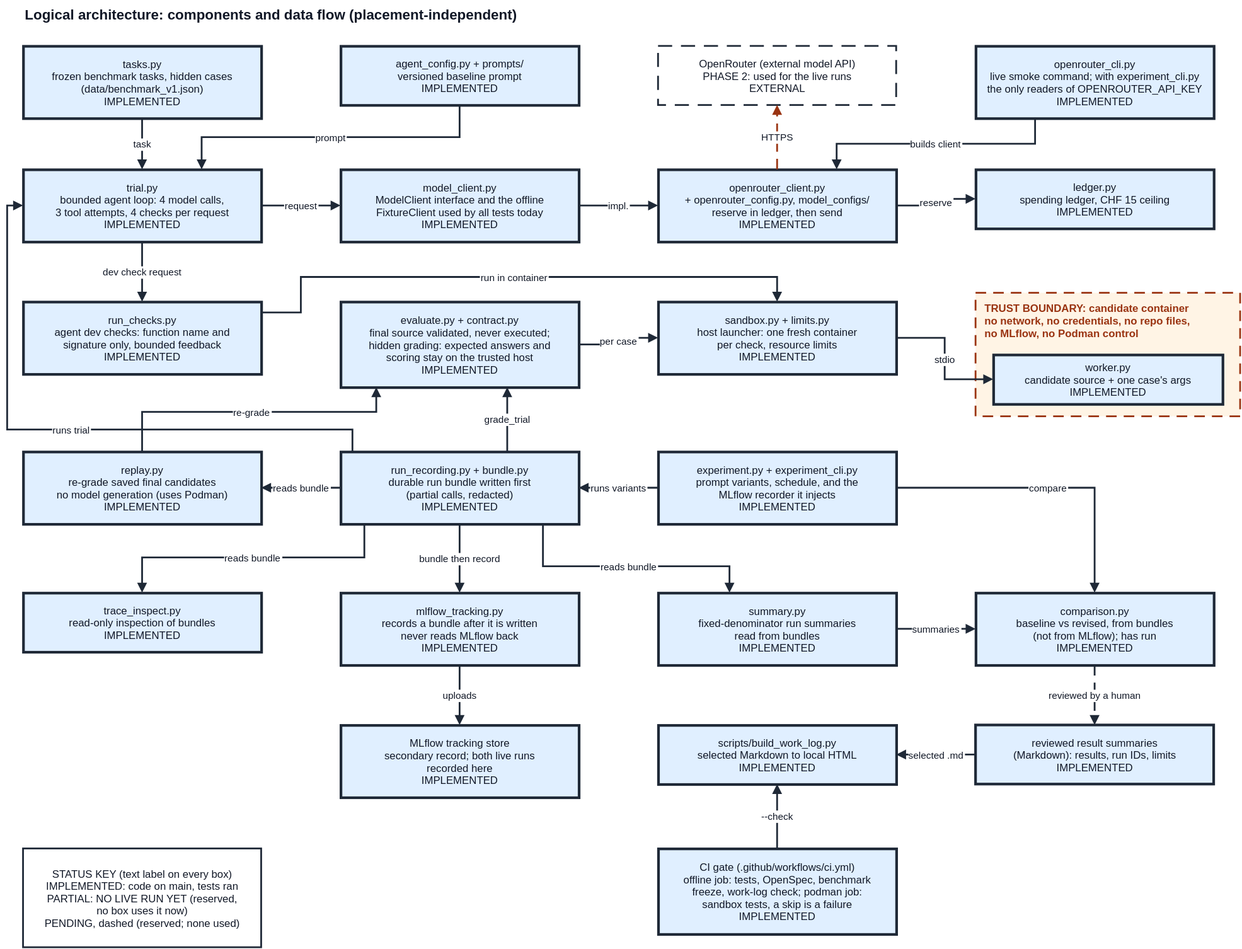
Earlier version of the draw.io export docs/architecture_logical.drawio.svg (jolbax-training/cas_aml_mlops_project). Source tidied: cells renumbered, new cells last; positions are measured from the earlier drawing's top-left corner, leaving out a move shared by most shapes.
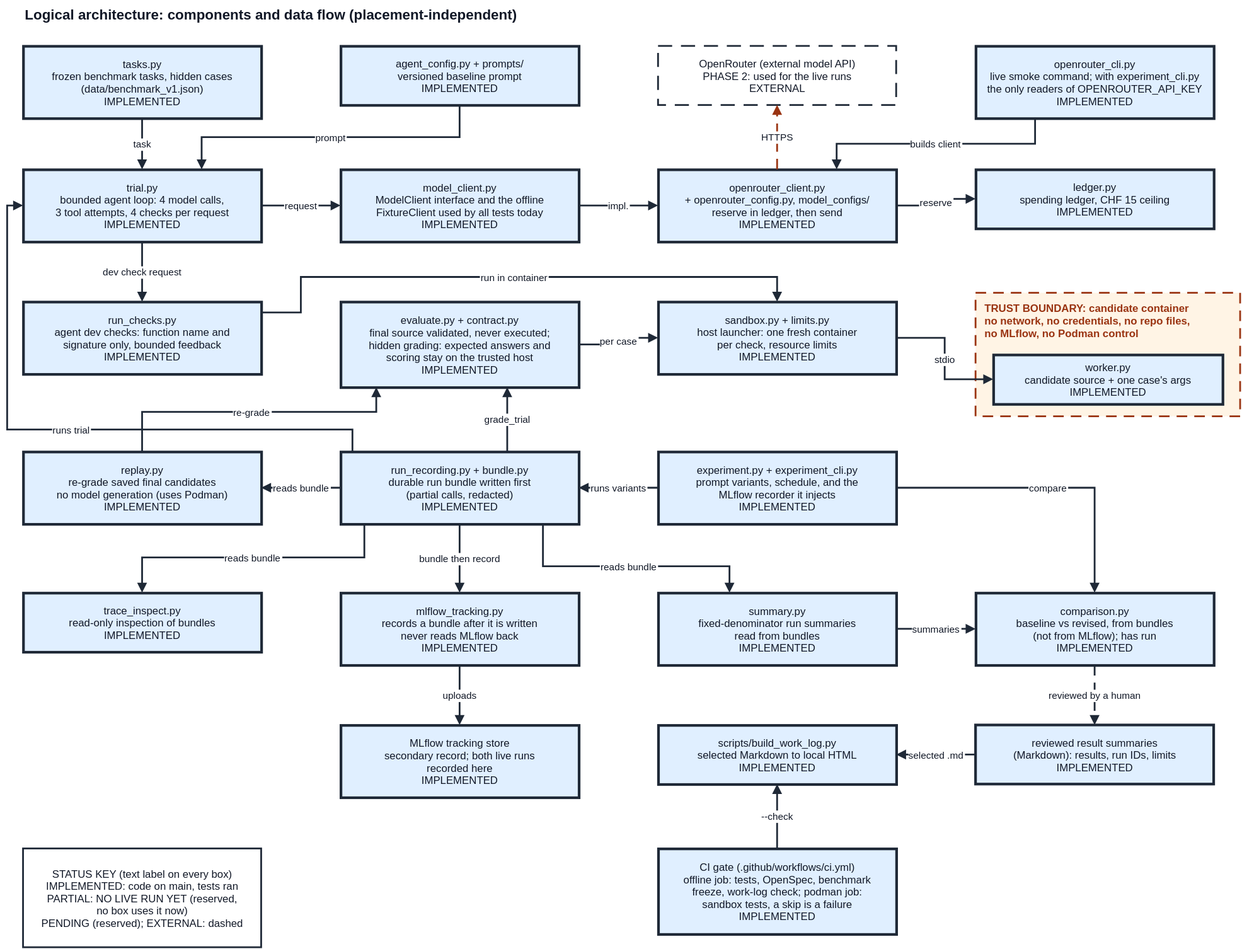
After the commit.

Commit message:
Fix code review findings: exact-fragment stale allowlist with regression tests, README and heading status, as-of commit, key and legend wording

What changed in the source:
```diff
@@ -74,7 +74,7 @@
     <mxCell id="25" value="reviewed result summaries&#10;(Markdown): results, run IDs, limits&#10;IMPLEMENTED" style="rounded=0;html=0;fillColor=#E0EFFF;strokeColor=#1F2937;strokeWidth=3;fontSize=12;fontColor=#111827;fontFamily=Helvetica;" parent="1" vertex="1">
       <mxGeometry x="1098" y="822" width="270" height="67" as="geometry" />
     </mxCell>
-    <mxCell id="26" value="STATUS KEY (text label on every box)&#10;IMPLEMENTED: code on main, tests ran&#10;PARTIAL: NO LIVE RUN YET (reserved,&#10;no box uses it now)&#10;PENDING, dashed (reserved; none used)" style="rounded=0;html=0;fillColor=#FFFFFF;strokeColor=#1F2937;strokeWidth=2;fontSize=12;fontColor=#111827;fontFamily=Helvetica;" parent="1" vertex="1">
+    <mxCell id="26" value="STATUS KEY (text label on every box)&#10;IMPLEMENTED: code on main, tests ran&#10;PARTIAL: NO LIVE RUN YET (reserved,&#10;no box uses it now)&#10;PENDING (reserved); EXTERNAL: dashed" style="rounded=0;html=0;fillColor=#FFFFFF;strokeColor=#1F2937;strokeWidth=2;fontSize=12;fontColor=#111827;fontFamily=Helvetica;" parent="1" vertex="1">
       <mxGeometry x="18" y="962" width="270" height="112" as="geometry" />
     </mxCell>
     <mxCell id="27" value="CI gate (.github/workflows/ci.yml)&#10;offline job: tests, OpenSpec, benchmark&#10;freeze, work-log check; podman job:&#10;sandbox tests, a skip is a failure&#10;IMPLEMENTED" style="rounded=0;html=0;fillColor=#E0EFFF;strokeColor=#1F2937;strokeWidth=3;fontSize=12;fontColor=#111827;fontFamily=Helvetica;" parent="1" vertex="1">
```
